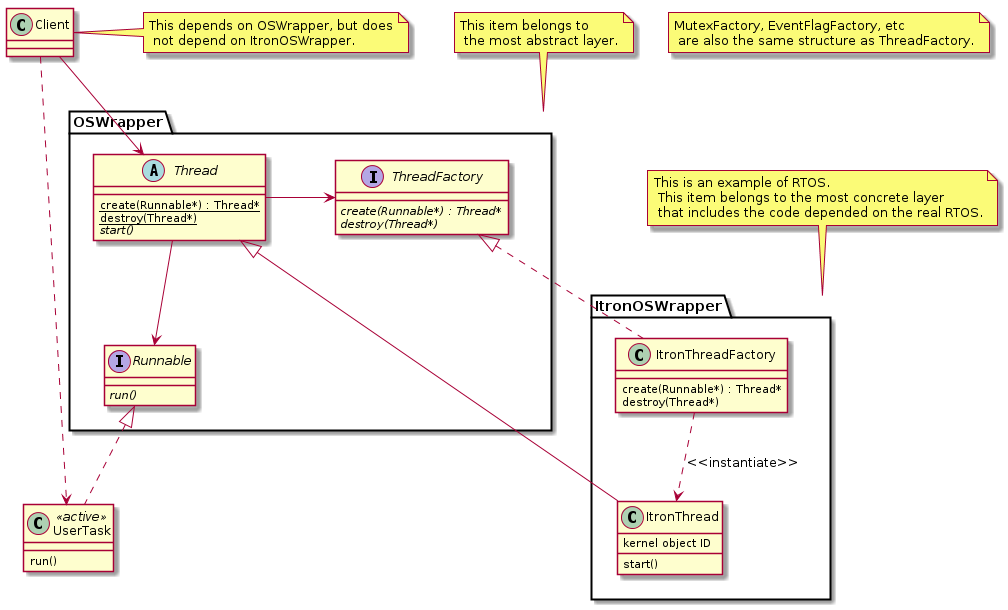
Earlier version of the PlantUML export inline_umlgraph_1.png (katono/cppelib-docs). Source of this version:
```plantuml
@startuml
package OSWrapper {
  abstract class Thread {
    {static} create(Runnable*) : Thread*
    {static} destroy(Thread*)
    {abstract} start()
  }
  interface ThreadFactory {
    {abstract} create(Runnable*) : Thread*
    {abstract} destroy(Thread*)
  }
  interface Runnable {
    {abstract} run()
  }
}

package ItronOSWrapper {
  class ItronThread {
    kernel object ID
    start()
  }
  class ItronThreadFactory {
    create(Runnable*) : Thread*
    destroy(Thread*)
  }
}

class UserTask << active >> {
  run()
}

Thread <|-- ItronThread
ThreadFactory <|. ItronThreadFactory
Thread -> ThreadFactory
ItronThreadFactory ..> ItronThread : <<instantiate>>
Thread --> Runnable
Runnable <|.. UserTask
Client --> Thread
Client ..> UserTask
note right of Client : This depends on OSWrapper, but does\n not depend on ItronOSWrapper.
note "This item belongs to \n the most abstract layer." as N1
N1 .. OSWrapper
note "This is an example of RTOS.\n This item belongs to the most concrete layer \n that includes the code depended on the real RTOS." as N2
N2 .. ItronOSWrapper
note "MutexFactory, EventFlagFactory, etc \n are also the same structure as ThreadFactory." as N3
@enduml
```
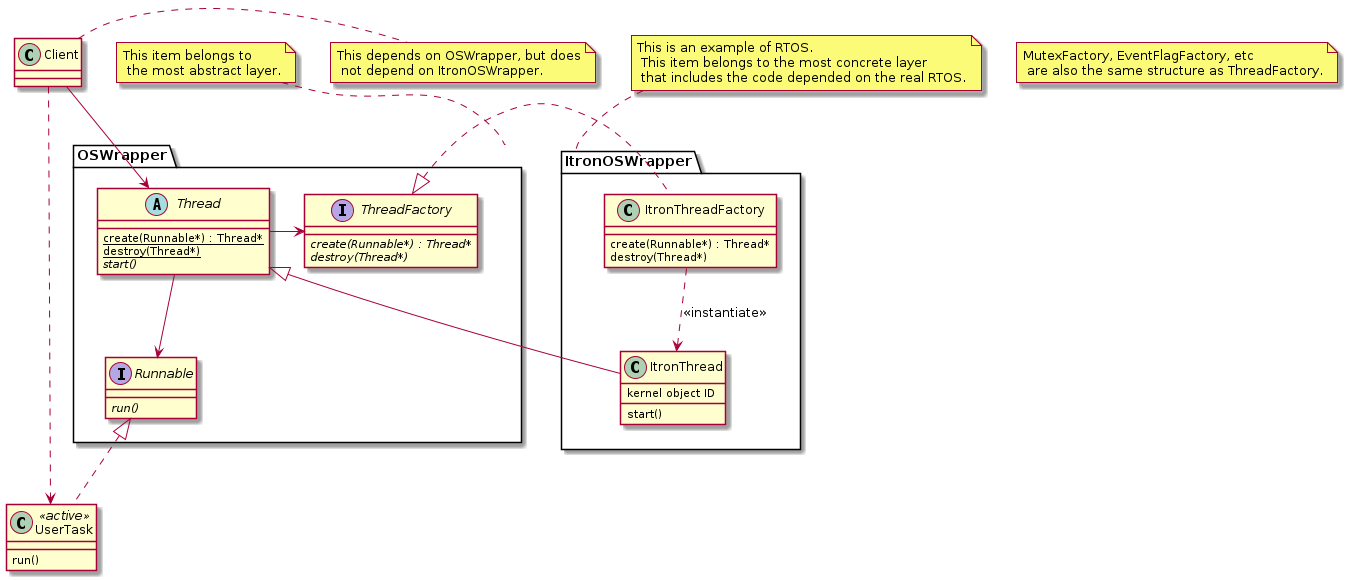
The same diagram one commit later.

The edit, as a diff of the source:
```diff
@@ -1,4 +1,4 @@
-@startuml
+@startuml inline_umlgraph_1.png
 package OSWrapper {
   abstract class Thread {
     {static} create(Runnable*) : Thread*
```
